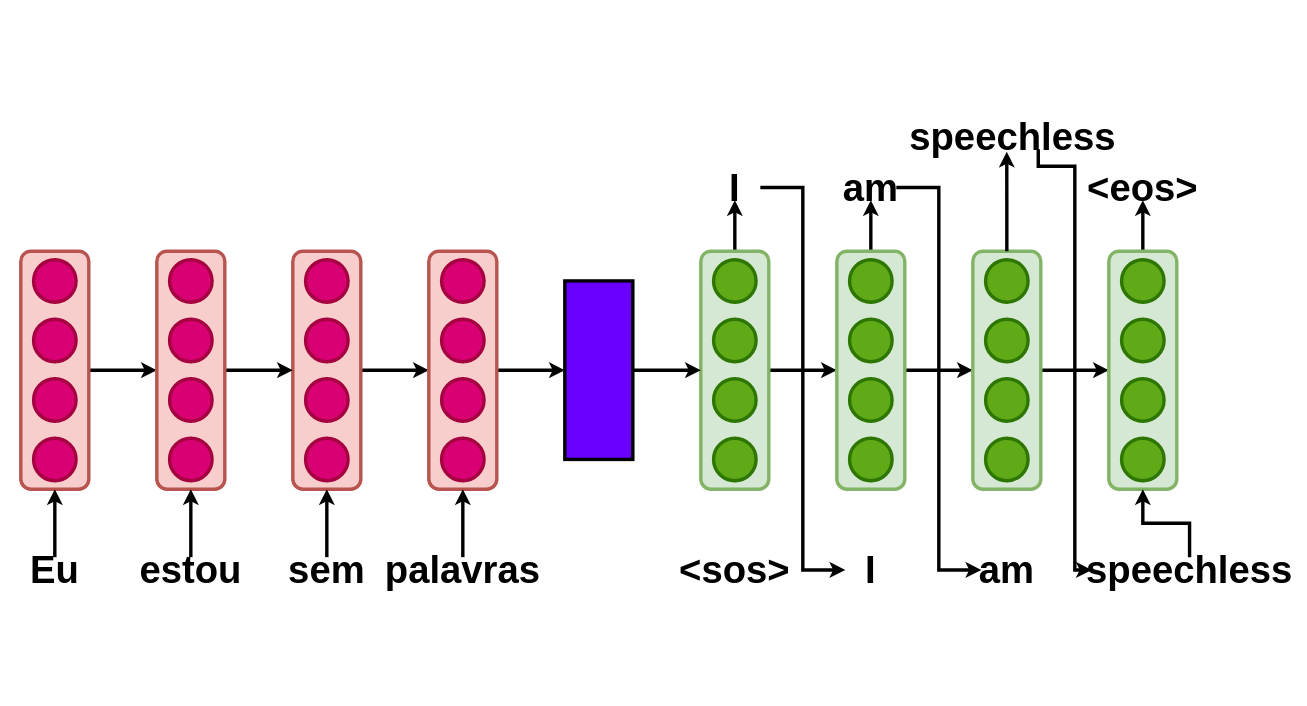
The draw.io diagram bottleneck.drawio in viniciusrpb/drawio_flowcharts, before the edit. Source tidied: cells renumbered, new cells numbered last; positions are measured from the earlier drawing's top-left corner, leaving out a move shared by most shapes. Both pictures are drawn from the tidied source at 85%, with x=0, y=0 at pixel (20, 123).
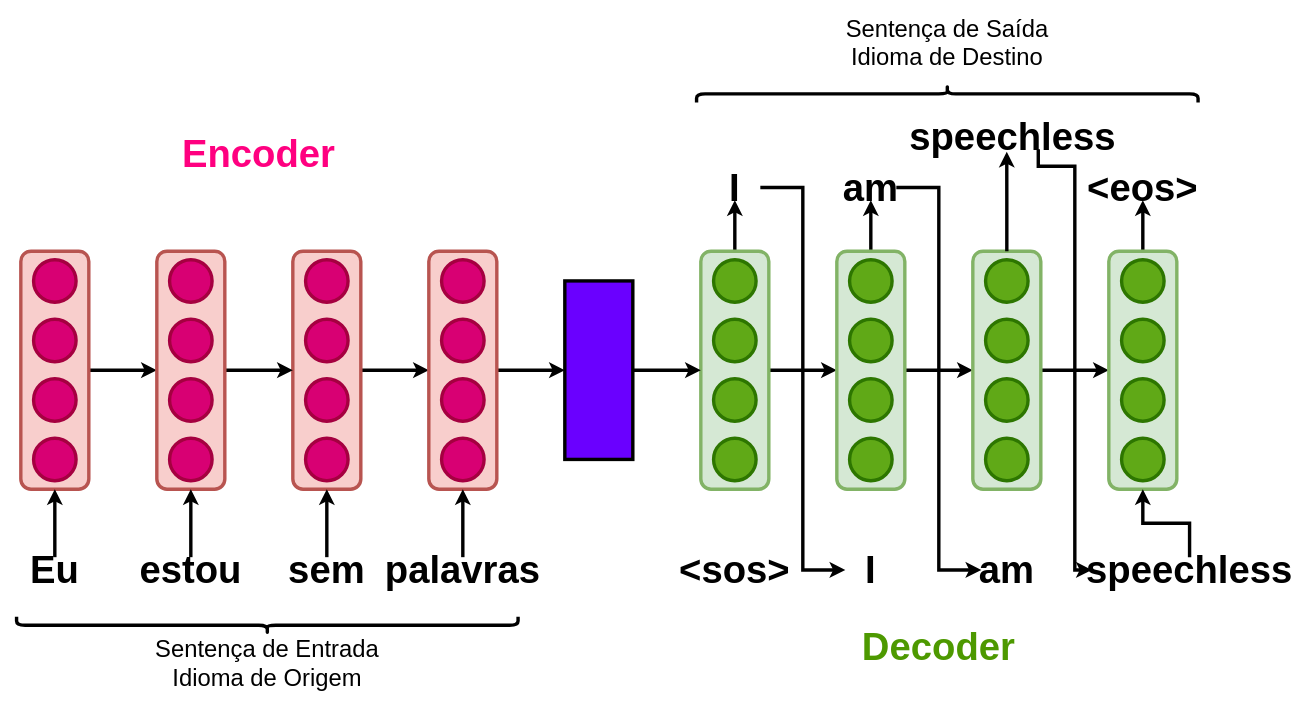
The same diagram, later.

The edit, as a diff of the source:
```diff
@@
+    <mxCell id="75" style="shape=curlyBracket;whiteSpace=wrap;html=1;rounded=1;labelPosition=left;verticalLabelPosition=middle;align=right;verticalAlign=middle;rotation=-90;strokeWidth=4;" parent="1" vertex="1">
+      <mxGeometry x="280" y="295" width="20" height="590" as="geometry" />
+    </mxCell>
+    <mxCell id="76" value="Sentença de Entrada&lt;div style=&quot;font-size: 28px;&quot;&gt;Idioma de Origem&lt;/div&gt;" style="text;html=1;align=center;verticalAlign=middle;whiteSpace=wrap;rounded=0;fontSize=28;" parent="1" vertex="1">
+      <mxGeometry x="130" y="620" width="320" height="30" as="geometry" />
+    </mxCell>
+    <mxCell id="77" style="shape=curlyBracket;whiteSpace=wrap;html=1;rounded=1;labelPosition=left;verticalLabelPosition=middle;align=right;verticalAlign=middle;rotation=90;strokeWidth=4;" parent="1" vertex="1">
+      <mxGeometry x="1080" y="-330" width="20" height="590" as="geometry" />
+    </mxCell>
+    <mxCell id="78" value="Sentença de Saída&lt;div style=&quot;font-size: 28px;&quot;&gt;Idioma de Destino&lt;/div&gt;" style="text;html=1;align=center;verticalAlign=middle;whiteSpace=wrap;rounded=0;fontSize=28;" parent="1" vertex="1">
+      <mxGeometry x="930" y="-110" width="320" height="30" as="geometry" />
+    </mxCell>
+    <mxCell id="79" value="Encoder" style="text;html=1;align=center;verticalAlign=middle;whiteSpace=wrap;rounded=0;fontColor=#FF0080;fontStyle=1;fontSize=45;" parent="1" vertex="1">
+      <mxGeometry x="250" y="20" width="60" height="30" as="geometry" />
+    </mxCell>
+    <mxCell id="80" value="Decoder" style="text;html=1;align=center;verticalAlign=middle;whiteSpace=wrap;rounded=0;fontColor=#4D9900;fontStyle=1;fontSize=45;" parent="1" vertex="1">
+      <mxGeometry x="1050" y="600" width="60" height="30" as="geometry" />
+    </mxCell>
```
